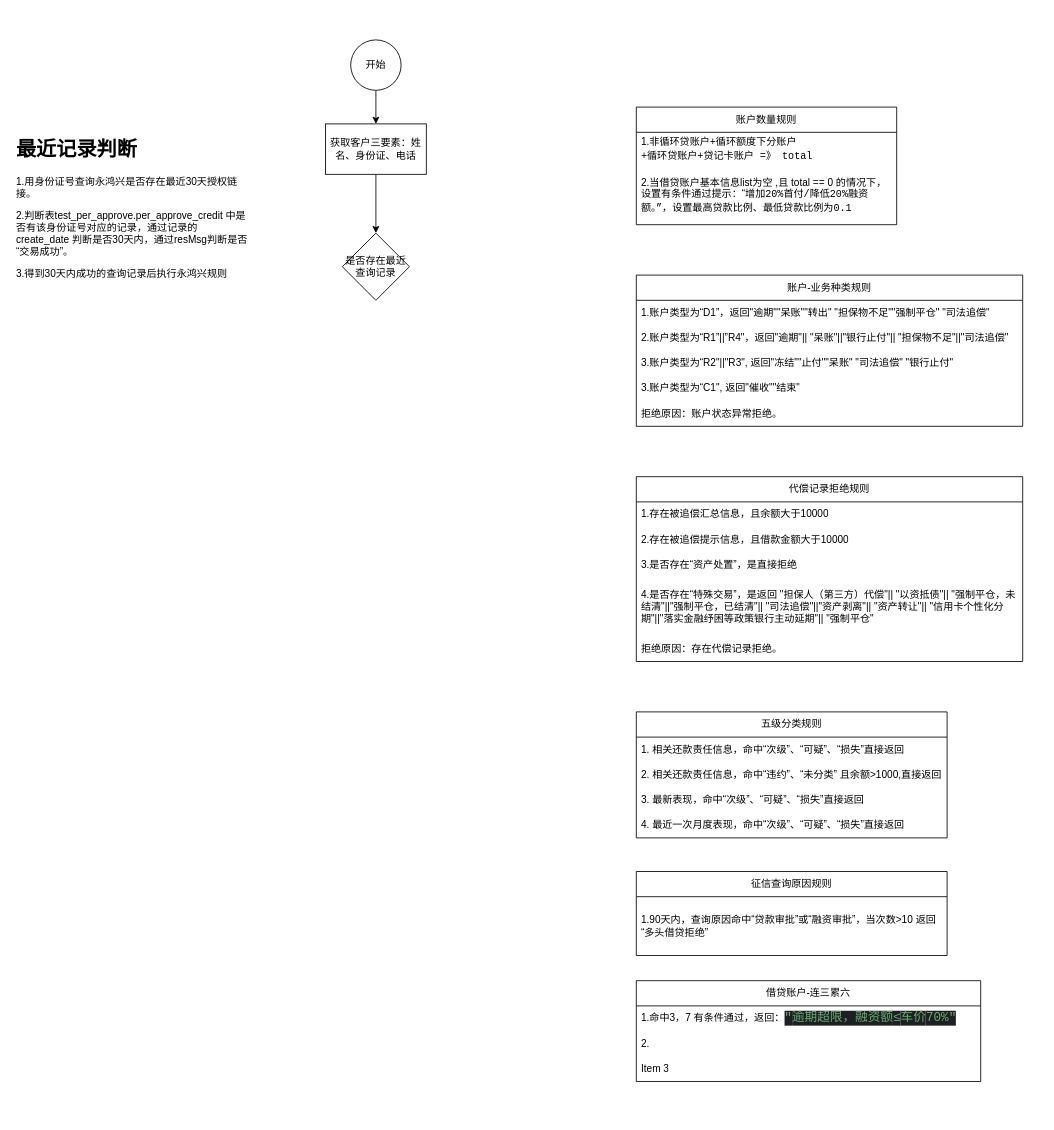
This is 保险业务预审批规则.drawio from XiongZen/QJReconstitution, a draw.io file, before an edit. Source tidied: cells renumbered, new cells numbered last; positions are measured from the earlier drawing's top-left corner, leaving out a move shared by most shapes. Both pictures are drawn from the tidied source at 84%, with x=0, y=0 at pixel (14, 39).
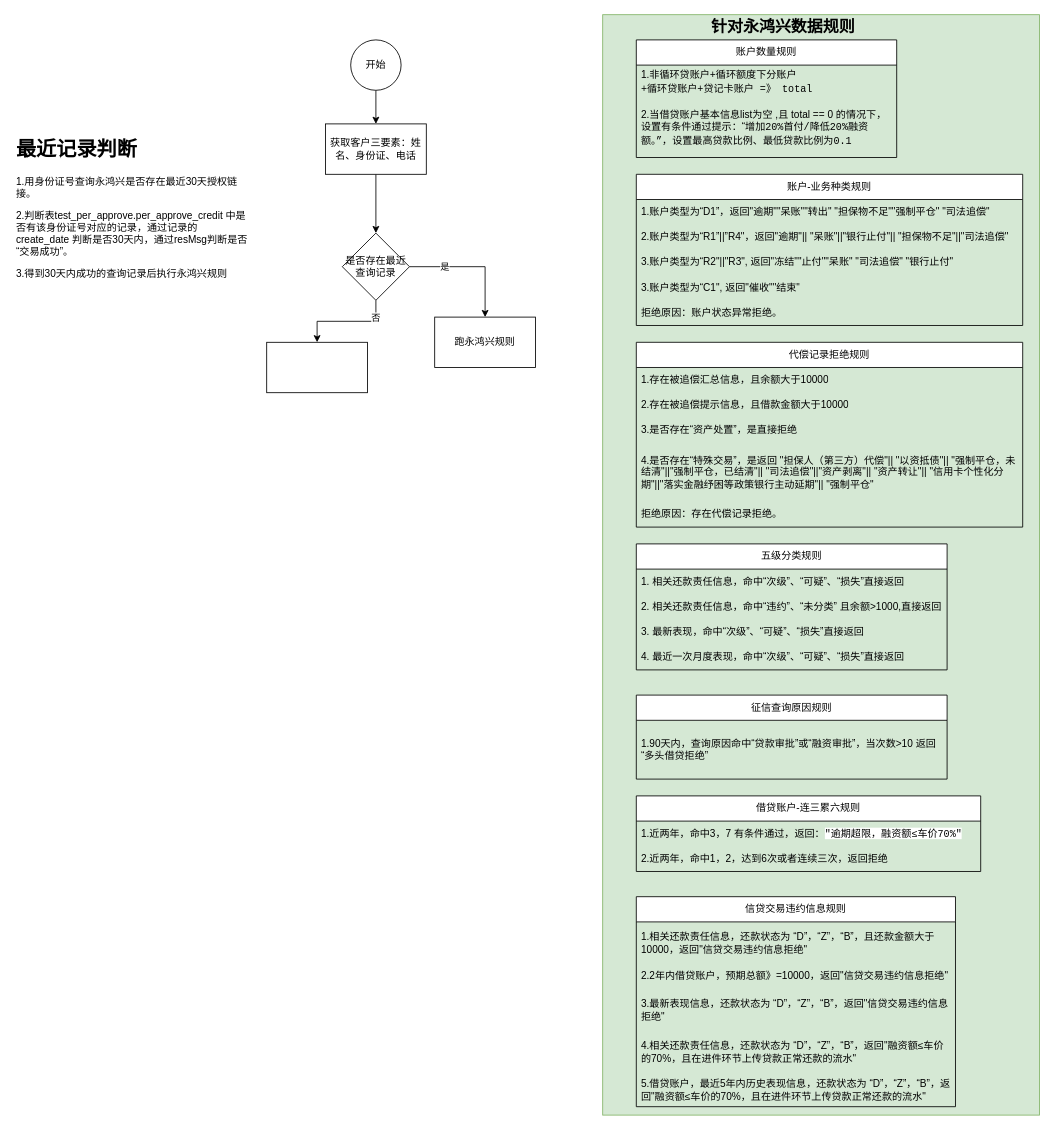
Above is the later version.

Commit message:
Update 保险业务预审批规则.drawio

The change refers to these unchanged cells:
```xml
<mxCell id="6" value="是否存在最近查询记录" style="rhombus;whiteSpace=wrap;html=1;" parent="1" vertex="1">
  <mxGeometry x="390" y="230" width="80" height="80" as="geometry" />
</mxCell>
```

Change to the diagram source:
```diff
@@
+    <mxCell id="34" style="rounded=0;whiteSpace=wrap;html=1;fillColor=#d5e8d4;strokeColor=#82b366;" parent="1" vertex="1">
+      <mxGeometry x="700" y="-30" width="520" height="1310" as="geometry" />
+    </mxCell>
@@
+    <mxCell id="35" style="edgeStyle=orthogonalEdgeStyle;rounded=0;jettySize=auto;html=1;" parent="1" edge="1" source="6" target="45">
+      <mxGeometry relative="1" as="geometry" />
+    </mxCell>
+    <mxCell id="36" value="是" style="edgeLabel;html=1;align=center;verticalAlign=middle;" parent="35" vertex="1">
+      <mxGeometry x="-0.45" y="1" relative="1" as="geometry" />
+    </mxCell>
+    <mxCell id="37" style="edgeStyle=orthogonalEdgeStyle;rounded=0;jettySize=auto;html=1;" parent="1" edge="1" source="6" target="46">
+      <mxGeometry relative="1" as="geometry" />
+    </mxCell>
+    <mxCell id="38" value="否" style="edgeLabel;html=1;align=center;verticalAlign=middle;" parent="37" vertex="1">
+      <mxGeometry x="-0.66" y="-1" relative="1" as="geometry" />
+    </mxCell>
@@
     <mxCell id="8" value="账户数量规则" style="swimlane;fontStyle=0;horizontal=1;startSize=30;whiteSpace=wrap;html=1;" parent="1" vertex="1">
-      <mxGeometry x="740" y="80" width="310" height="140" as="geometry" />
+      <mxGeometry x="740" width="310" height="140" as="geometry" />
     </mxCell>
-    <mxCell id="9" value="&lt;span style=&quot;background-color: rgb(255, 255, 255);&quot;&gt;1.&lt;span style=&quot;font-family: Consolas, &amp;quot;Courier New&amp;quot;, monospace; white-space: pre;&quot;&gt;非循环贷账户+循环额度下分账户&lt;/span&gt;&lt;/span&gt;&lt;div&gt;&lt;span style=&quot;font-family: Consolas, &amp;quot;Courier New&amp;quot;, monospace; white-space: pre; background-color: rgb(255, 255, 255);&quot;&gt;+循环贷账户+贷记卡账户 =》 total&lt;/span&gt;&lt;/div&gt;" style="text;strokeColor=none;fillColor=none;align=left;verticalAlign=middle;spacingLeft=4;spacingRight=4;overflow=hidden;whiteSpace=wrap;html=1;" parent="8" vertex="1">
+    <mxCell id="9" value="1.&lt;span style=&quot;font-family: Consolas, &amp;quot;Courier New&amp;quot;, monospace; white-space: pre;&quot;&gt;非循环贷账户+循环额度下分账户&lt;/span&gt;&lt;div&gt;&lt;span style=&quot;font-family: Consolas, &amp;quot;Courier New&amp;quot;, monospace; white-space: pre;&quot;&gt;+循环贷账户+贷记卡账户 =》 total&lt;/span&gt;&lt;/div&gt;" style="text;strokeColor=none;fillColor=none;align=left;verticalAlign=middle;spacingLeft=4;spacingRight=4;overflow=hidden;whiteSpace=wrap;html=1;" parent="8" vertex="1">
       <mxGeometry y="30" width="310" height="40" as="geometry" />
     </mxCell>
@@
     <mxCell id="11" value="账户-业务种类规则" style="swimlane;fontStyle=0;horizontal=1;startSize=30;whiteSpace=wrap;html=1;" parent="1" vertex="1">
-      <mxGeometry x="740" y="280" width="460" height="180" as="geometry" />
+      <mxGeometry x="740" y="160" width="460" height="180" as="geometry" />
     </mxCell>
@@
     <mxCell id="17" value="代偿记录拒绝规则" style="swimlane;fontStyle=0;horizontal=1;startSize=30;whiteSpace=wrap;html=1;" parent="1" vertex="1">
-      <mxGeometry x="740" y="520" width="460" height="220" as="geometry" />
+      <mxGeometry x="740" y="360" width="460" height="220" as="geometry" />
     </mxCell>
@@
     <mxCell id="23" value="五级分类规则" style="swimlane;fontStyle=0;horizontal=1;startSize=30;whiteSpace=wrap;html=1;" parent="1" vertex="1">
-      <mxGeometry x="740" y="800" width="370" height="150" as="geometry" />
+      <mxGeometry x="740" y="600" width="370" height="150" as="geometry" />
     </mxCell>
@@
     <mxCell id="28" value="征信查询原因规则" style="swimlane;fontStyle=0;horizontal=1;startSize=30;whiteSpace=wrap;html=1;" parent="1" vertex="1">
-      <mxGeometry x="740" y="990" width="370" height="100" as="geometry" />
+      <mxGeometry x="740" y="780" width="370" height="100" as="geometry" />
     </mxCell>
@@
-    <mxCell id="30" value="借贷账户-连三累六" style="swimlane;fontStyle=0;horizontal=1;startSize=30;whiteSpace=wrap;html=1;" parent="1" vertex="1">
-      <mxGeometry x="740" y="1120" width="410" height="120" as="geometry" />
+    <mxCell id="30" value="借贷账户-连三累六规则" style="swimlane;fontStyle=0;horizontal=1;startSize=30;whiteSpace=wrap;html=1;" parent="1" vertex="1">
+      <mxGeometry x="740" y="900" width="410" height="90" as="geometry" />
     </mxCell>
-    <mxCell id="31" value="1.命中3，7 有条件通过，返回：&lt;span style=&quot;font-family: &amp;quot;JetBrains Mono&amp;quot;, monospace; font-size: 11.3pt; background-color: rgb(30, 31, 34); color: rgb(106, 171, 115);&quot;&gt;&quot;&lt;/span&gt;&lt;span style=&quot;font-size: 11.3pt; background-color: rgb(30, 31, 34); color: rgb(106, 171, 115); font-family: 宋体, monospace;&quot;&gt;逾期超限，融资额&lt;/span&gt;&lt;span style=&quot;font-family: &amp;quot;JetBrains Mono&amp;quot;, monospace; font-size: 11.3pt; background-color: rgb(30, 31, 34); color: rgb(106, 171, 115);&quot;&gt;≤&lt;/span&gt;&lt;span style=&quot;font-size: 11.3pt; background-color: rgb(30, 31, 34); color: rgb(106, 171, 115); font-family: 宋体, monospace;&quot;&gt;车价&lt;/span&gt;&lt;span style=&quot;font-family: &amp;quot;JetBrains Mono&amp;quot;, monospace; font-size: 11.3pt; background-color: rgb(30, 31, 34); color: rgb(106, 171, 115);&quot;&gt;70%&quot;&lt;/span&gt;" style="text;strokeColor=none;fillColor=none;align=left;verticalAlign=middle;spacingLeft=4;spacingRight=4;overflow=hidden;whiteSpace=wrap;html=1;" parent="30" vertex="1">
+    <mxCell id="31" value="1.近两年，命中3，7 有条件通过，返回：&lt;font style=&quot;font-size: 12px; background-color: rgb(255, 255, 255);&quot;&gt;&lt;span style=&quot;font-family: &amp;quot;JetBrains Mono&amp;quot;, monospace;&quot;&gt;&quot;&lt;/span&gt;&lt;span style=&quot;font-family: 宋体, monospace;&quot;&gt;逾期超限，融资额&lt;/span&gt;&lt;span style=&quot;font-family: &amp;quot;JetBrains Mono&amp;quot;, monospace;&quot;&gt;≤&lt;/span&gt;&lt;span style=&quot;font-family: 宋体, monospace;&quot;&gt;车价&lt;/span&gt;&lt;span style=&quot;font-family: &amp;quot;JetBrains Mono&amp;quot;, monospace;&quot;&gt;70%&quot;&lt;/span&gt;&lt;/font&gt;" style="text;strokeColor=none;fillColor=none;align=left;verticalAlign=middle;spacingLeft=4;spacingRight=4;overflow=hidden;whiteSpace=wrap;html=1;" parent="30" vertex="1">
       <mxGeometry y="30" width="410" height="30" as="geometry" />
     </mxCell>
-    <mxCell id="32" value="2." style="text;strokeColor=none;fillColor=none;align=left;verticalAlign=middle;spacingLeft=4;spacingRight=4;overflow=hidden;whiteSpace=wrap;html=1;" parent="30" vertex="1">
+    <mxCell id="32" value="2.近两年，命中1，2，达到6次或者连续三次，返回拒绝" style="text;strokeColor=none;fillColor=none;align=left;verticalAlign=middle;spacingLeft=4;spacingRight=4;overflow=hidden;whiteSpace=wrap;html=1;" parent="30" vertex="1">
       <mxGeometry y="60" width="410" height="30" as="geometry" />
     </mxCell>
-    <mxCell id="33" value="Item 3" style="text;strokeColor=none;fillColor=none;align=left;verticalAlign=middle;spacingLeft=4;spacingRight=4;overflow=hidden;whiteSpace=wrap;html=1;" parent="30" vertex="1">
-      <mxGeometry y="90" width="410" height="30" as="geometry" />
-    </mxCell>
+    <mxCell id="39" value="信贷交易违约信息规则" style="swimlane;fontStyle=0;horizontal=1;startSize=30;whiteSpace=wrap;html=1;" parent="1" vertex="1">
+      <mxGeometry x="740" y="1020" width="380" height="250" as="geometry" />
+    </mxCell>
+    <mxCell id="40" value="1.相关还款责任信息，还款状态为 “D”，“Z”，“B”，且还款金额大于10000，返回&quot;信贷交易违约信息拒绝&quot;" style="text;strokeColor=none;fillColor=none;align=left;verticalAlign=middle;spacingLeft=4;spacingRight=4;overflow=hidden;whiteSpace=wrap;html=1;" parent="39" vertex="1">
+      <mxGeometry y="30" width="380" height="50" as="geometry" />
+    </mxCell>
+    <mxCell id="41" value="2.2年内借贷账户，预期总额》=10000，返回&quot;信贷交易违约信息拒绝&quot;" style="text;strokeColor=none;fillColor=none;align=left;verticalAlign=middle;spacingLeft=4;spacingRight=4;overflow=hidden;whiteSpace=wrap;html=1;" parent="39" vertex="1">
+      <mxGeometry y="80" width="380" height="30" as="geometry" />
+    </mxCell>
+    <mxCell id="42" value="3.最新表现信息，还款状态为 “D”，“Z”，“B”，返回&quot;信贷交易违约信息拒绝&quot;" style="text;strokeColor=none;fillColor=none;align=left;verticalAlign=middle;spacingLeft=4;spacingRight=4;overflow=hidden;whiteSpace=wrap;html=1;" parent="39" vertex="1">
+      <mxGeometry y="110" width="380" height="50" as="geometry" />
+    </mxCell>
+    <mxCell id="43" value="4.相关还款责任信息，还款状态为 “D”，“Z”，“B”，返回&quot;融资额≤车价的70%，且在进件环节上传贷款正常还款的流水&quot;" style="text;strokeColor=none;fillColor=none;align=left;verticalAlign=middle;spacingLeft=4;spacingRight=4;overflow=hidden;whiteSpace=wrap;html=1;" parent="39" vertex="1">
+      <mxGeometry y="160" width="380" height="50" as="geometry" />
+    </mxCell>
+    <mxCell id="44" value="5.借贷账户，最近5年内历史表现信息，还款状态为 “D”，“Z”，“B”，返回&quot;融资额≤车价的70%，且在进件环节上传贷款正常还款的流水&quot;" style="text;strokeColor=none;fillColor=none;align=left;verticalAlign=middle;spacingLeft=4;spacingRight=4;overflow=hidden;whiteSpace=wrap;html=1;" parent="39" vertex="1">
+      <mxGeometry y="210" width="380" height="40" as="geometry" />
+    </mxCell>
+    <mxCell id="45" value="跑永鸿兴规则" style="whiteSpace=wrap;html=1;" parent="1" vertex="1">
+      <mxGeometry x="500" y="330" width="120" height="60" as="geometry" />
+    </mxCell>
+    <mxCell id="46" style="whiteSpace=wrap;html=1;" parent="1" vertex="1">
+      <mxGeometry x="300" y="360" width="120" height="60" as="geometry" />
+    </mxCell>
+    <mxCell id="47" value="&lt;b&gt;&lt;font style=&quot;font-size: 19px;&quot;&gt;针对永鸿兴数据规则&lt;/font&gt;&lt;/b&gt;" style="text;html=1;align=center;verticalAlign=middle;whiteSpace=wrap;rounded=0;" parent="1" vertex="1">
+      <mxGeometry x="780" y="-30" width="270" height="30" as="geometry" />
+    </mxCell>
```
